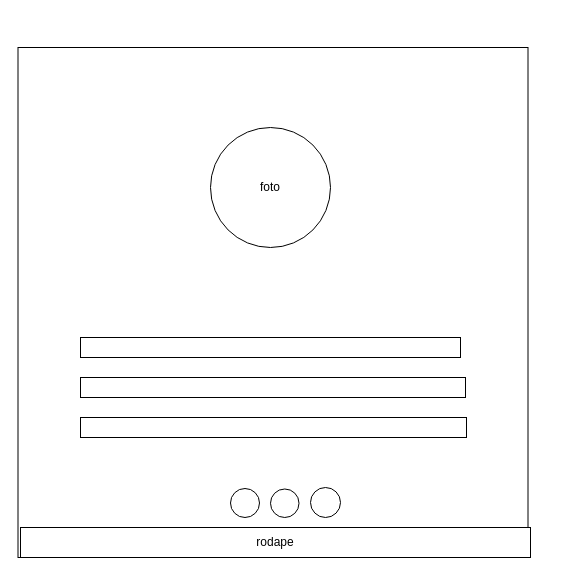
Above: Diagrama sem nome.drawio in Amaral2006/trabalho-otavio (draw.io), before the change. Source tidied: cells renumbered, new cells numbered last; positions are measured from the earlier drawing's top-left corner, leaving out a move shared by most shapes. Both pictures are drawn from the tidied source at 100%, with x=0, y=0 at pixel (18, 47).
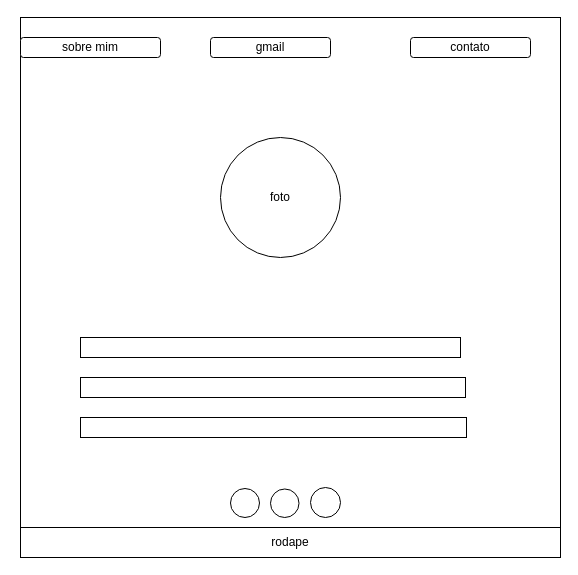
The same page after the edit.

What changed in the source:
```diff
@@
 <mxGraphModel>
   <root>
     <mxCell id="0" />
     <mxCell id="1" parent="0" />
     <mxCell id="2" style="whiteSpace=wrap;html=1;" parent="1" vertex="1">
-      <mxGeometry x="-0.5" width="510" height="510" as="geometry" />
+      <mxGeometry x="2" y="-30" width="540" height="540" as="geometry" />
     </mxCell>
     <mxCell id="3" value="foto" style="ellipse;whiteSpace=wrap;html=1;" parent="1" vertex="1">
-      <mxGeometry x="192" y="80" width="120" height="120" as="geometry" />
+      <mxGeometry x="202" y="90" width="120" height="120" as="geometry" />
     </mxCell>
     <mxCell id="4" style="rounded=0;whiteSpace=wrap;html=1;" parent="1" vertex="1">
       <mxGeometry x="62" y="290" width="380" height="20" as="geometry" />
     </mxCell>
     <mxCell id="5" style="rounded=0;whiteSpace=wrap;html=1;" parent="1" vertex="1">
       <mxGeometry x="62" y="330" width="385" height="20" as="geometry" />
     </mxCell>
     <mxCell id="6" style="rounded=0;whiteSpace=wrap;html=1;" parent="1" vertex="1">
       <mxGeometry x="62" y="370" width="386" height="20" as="geometry" />
     </mxCell>
     <mxCell id="7" value="rodape" style="rounded=0;whiteSpace=wrap;html=1;" parent="1" vertex="1">
-      <mxGeometry x="2" y="480" width="510" height="30" as="geometry" />
+      <mxGeometry x="2" y="480" width="540" height="30" as="geometry" />
     </mxCell>
     <mxCell id="8" style="ellipse;whiteSpace=wrap;html=1;" parent="1" vertex="1">
       <mxGeometry x="252" y="441.5" width="28.5" height="28.5" as="geometry" />
     </mxCell>
     <mxCell id="9" style="ellipse;whiteSpace=wrap;html=1;" parent="1" vertex="1">
       <mxGeometry x="212" y="441" width="29" height="29" as="geometry" />
     </mxCell>
     <mxCell id="10" style="ellipse;whiteSpace=wrap;html=1;" parent="1" vertex="1">
       <mxGeometry x="292" y="440" width="30" height="30" as="geometry" />
     </mxCell>
+    <mxCell id="11" value="sobre mim" style="rounded=1;whiteSpace=wrap;html=1;" parent="1" vertex="1">
+      <mxGeometry x="2" y="-10" width="140" height="20" as="geometry" />
+    </mxCell>
+    <mxCell id="12" value="gmail" style="rounded=1;whiteSpace=wrap;html=1;" parent="1" vertex="1">
+      <mxGeometry x="192" y="-10" width="120" height="20" as="geometry" />
+    </mxCell>
+    <mxCell id="13" value="contato" style="rounded=1;whiteSpace=wrap;html=1;" parent="1" vertex="1">
+      <mxGeometry x="392" y="-10" width="120" height="20" as="geometry" />
+    </mxCell>
   </root>
 </mxGraphModel>
```
